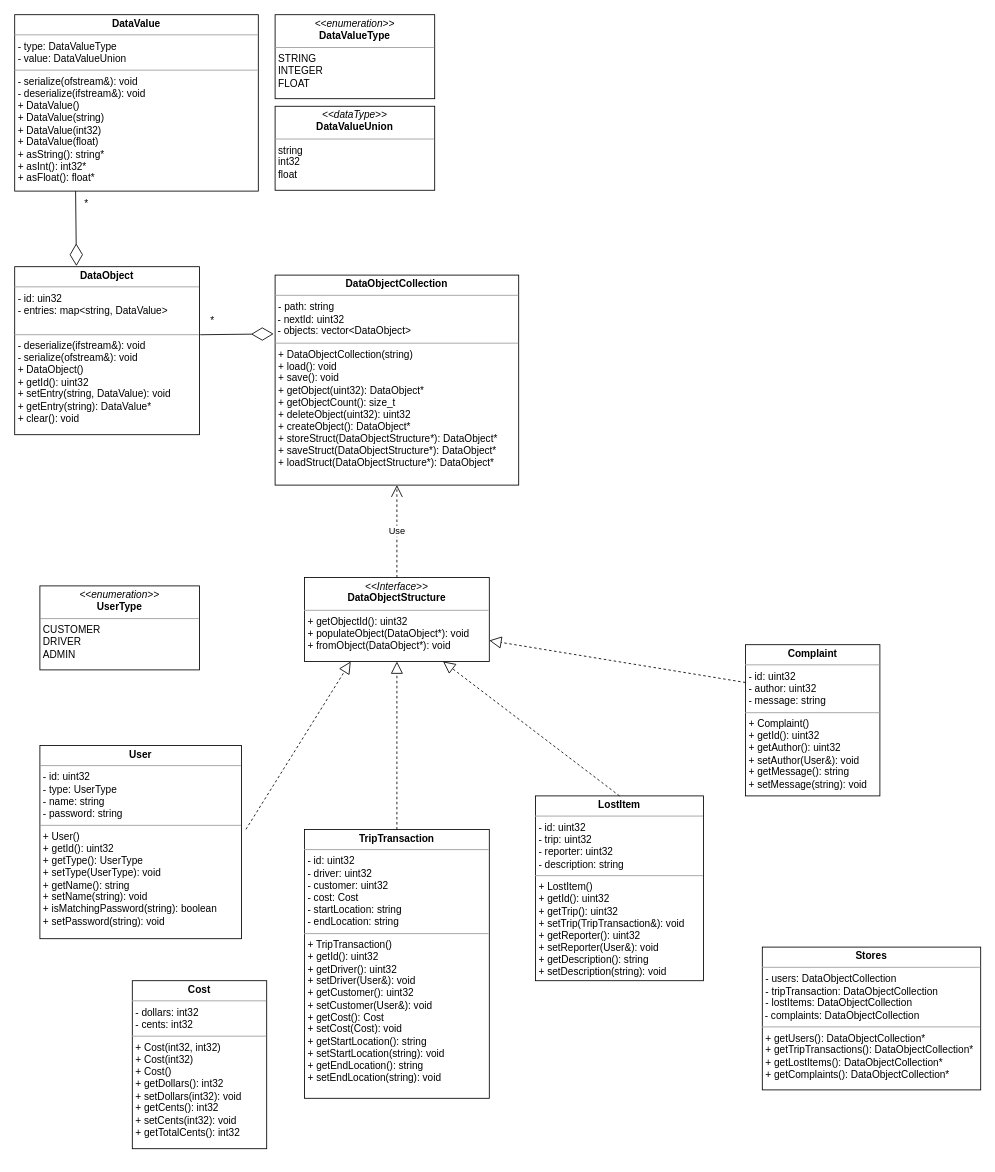
This is diagrams/UML.drawio from ShoailRafiq/CS103A2, a draw.io file, before an edit. Source tidied: cells renumbered, new cells numbered last; positions are measured from the earlier drawing's top-left corner, leaving out a move shared by most shapes. Both pictures are drawn from the tidied source at 84%, with x=0, y=0 at pixel (14, 14).
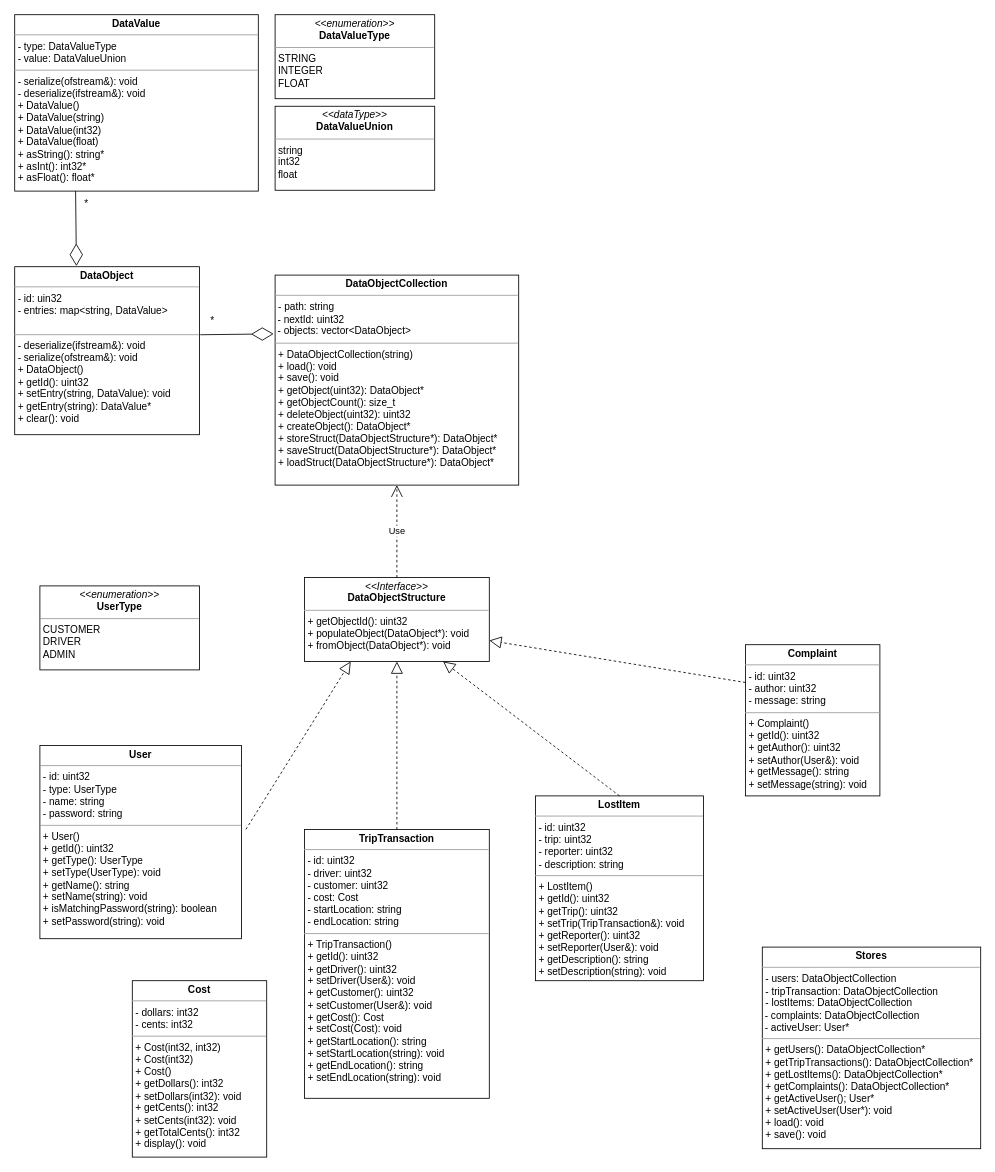
The same page after the edit.

What changed in the source:
```diff
@@
-    <mxCell id="22" value="&lt;p style=&quot;margin:0px;margin-top:4px;text-align:center;&quot;&gt;&lt;b&gt;Cost&lt;/b&gt;&lt;/p&gt;&lt;hr size=&quot;1&quot;&gt;&lt;p style=&quot;margin:0px;margin-left:4px;&quot;&gt;- dollars: int32&lt;/p&gt;&lt;p style=&quot;margin:0px;margin-left:4px;&quot;&gt;- cents: int32&lt;/p&gt;&lt;hr size=&quot;1&quot;&gt;&lt;p style=&quot;margin:0px;margin-left:4px;&quot;&gt;+ Cost(int32, int32)&lt;/p&gt;&lt;p style=&quot;margin:0px;margin-left:4px;&quot;&gt;+ Cost(int32)&lt;/p&gt;&lt;p style=&quot;margin:0px;margin-left:4px;&quot;&gt;+ Cost()&lt;/p&gt;&lt;p style=&quot;margin:0px;margin-left:4px;&quot;&gt;+ getDollars(): int32&lt;/p&gt;&lt;p style=&quot;margin:0px;margin-left:4px;&quot;&gt;+ setDollars(int32): void&lt;/p&gt;&lt;p style=&quot;margin:0px;margin-left:4px;&quot;&gt;+ getCents(): int32&lt;/p&gt;&lt;p style=&quot;margin:0px;margin-left:4px;&quot;&gt;+ setCents(int32): void&lt;/p&gt;&lt;p style=&quot;margin:0px;margin-left:4px;&quot;&gt;+ getTotalCents(): int32&lt;/p&gt;&lt;p style=&quot;margin:0px;margin-left:4px;&quot;&gt;&lt;br&gt;&lt;/p&gt;&lt;p style=&quot;margin:0px;margin-left:4px;&quot;&gt;&lt;br&gt;&lt;/p&gt;" style="verticalAlign=top;align=left;overflow=fill;fontSize=12;fontFamily=Helvetica;html=1;whiteSpace=wrap;" parent="1" vertex="1">
-      <mxGeometry x="140" y="1150" width="160" height="200" as="geometry" />
+    <mxCell id="22" value="&lt;p style=&quot;margin:0px;margin-top:4px;text-align:center;&quot;&gt;&lt;b&gt;Cost&lt;/b&gt;&lt;/p&gt;&lt;hr size=&quot;1&quot;&gt;&lt;p style=&quot;margin:0px;margin-left:4px;&quot;&gt;- dollars: int32&lt;/p&gt;&lt;p style=&quot;margin:0px;margin-left:4px;&quot;&gt;- cents: int32&lt;/p&gt;&lt;hr size=&quot;1&quot;&gt;&lt;p style=&quot;margin:0px;margin-left:4px;&quot;&gt;+ Cost(int32, int32)&lt;/p&gt;&lt;p style=&quot;margin:0px;margin-left:4px;&quot;&gt;+ Cost(int32)&lt;/p&gt;&lt;p style=&quot;margin:0px;margin-left:4px;&quot;&gt;+ Cost()&lt;/p&gt;&lt;p style=&quot;margin:0px;margin-left:4px;&quot;&gt;+ getDollars(): int32&lt;/p&gt;&lt;p style=&quot;margin:0px;margin-left:4px;&quot;&gt;+ setDollars(int32): void&lt;/p&gt;&lt;p style=&quot;margin:0px;margin-left:4px;&quot;&gt;+ getCents(): int32&lt;/p&gt;&lt;p style=&quot;margin:0px;margin-left:4px;&quot;&gt;+ setCents(int32): void&lt;/p&gt;&lt;p style=&quot;margin:0px;margin-left:4px;&quot;&gt;+ getTotalCents(): int32&lt;/p&gt;&lt;p style=&quot;margin:0px;margin-left:4px;&quot;&gt;+ display(): void&lt;/p&gt;&lt;p style=&quot;margin:0px;margin-left:4px;&quot;&gt;&lt;br&gt;&lt;/p&gt;&lt;p style=&quot;margin:0px;margin-left:4px;&quot;&gt;&lt;br&gt;&lt;/p&gt;" style="verticalAlign=top;align=left;overflow=fill;fontSize=12;fontFamily=Helvetica;html=1;whiteSpace=wrap;" parent="1" vertex="1">
+      <mxGeometry x="140" y="1150" width="160" height="210" as="geometry" />
     </mxCell>
-    <mxCell id="23" value="&lt;p style=&quot;margin:0px;margin-top:4px;text-align:center;&quot;&gt;&lt;b&gt;Stores&lt;/b&gt;&lt;/p&gt;&lt;hr size=&quot;1&quot;&gt;&lt;p style=&quot;margin:0px;margin-left:4px;&quot;&gt;- users: DataObjectCollection&lt;/p&gt;&lt;p style=&quot;margin:0px;margin-left:4px;&quot;&gt;- tripTransaction: DataObjectCollection&lt;/p&gt;&lt;p style=&quot;margin:0px;margin-left:4px;&quot;&gt;- lostItems: DataObjectCollection&lt;/p&gt;&amp;nbsp;- complaints: DataObjectCollection&lt;br&gt;&lt;hr size=&quot;1&quot;&gt;&lt;p style=&quot;margin:0px;margin-left:4px;&quot;&gt;+ getUsers(): DataObjectCollection*&lt;/p&gt;&lt;p style=&quot;margin:0px;margin-left:4px;&quot;&gt;+ getTripTransactions(): DataObjectCollection*&lt;/p&gt;&lt;p style=&quot;margin:0px;margin-left:4px;&quot;&gt;+ getLostItems(): DataObjectCollection*&lt;/p&gt;&lt;p style=&quot;margin:0px;margin-left:4px;&quot;&gt;+ getComplaints(): DataObjectCollection*&lt;/p&gt;" style="verticalAlign=top;align=left;overflow=fill;fontSize=12;fontFamily=Helvetica;html=1;whiteSpace=wrap;" parent="1" vertex="1">
-      <mxGeometry x="890" y="1110" width="260" height="170" as="geometry" />
+    <mxCell id="23" value="&lt;p style=&quot;margin:0px;margin-top:4px;text-align:center;&quot;&gt;&lt;b&gt;Stores&lt;/b&gt;&lt;/p&gt;&lt;hr size=&quot;1&quot;&gt;&lt;p style=&quot;margin:0px;margin-left:4px;&quot;&gt;- users: DataObjectCollection&lt;/p&gt;&lt;p style=&quot;margin:0px;margin-left:4px;&quot;&gt;- tripTransaction: DataObjectCollection&lt;/p&gt;&lt;p style=&quot;margin:0px;margin-left:4px;&quot;&gt;- lostItems: DataObjectCollection&lt;/p&gt;&amp;nbsp;- complaints: DataObjectCollection&lt;br&gt;&amp;nbsp;- activeUser: User*&lt;br&gt;&lt;hr size=&quot;1&quot;&gt;&lt;p style=&quot;margin:0px;margin-left:4px;&quot;&gt;+ getUsers(): DataObjectCollection*&lt;/p&gt;&lt;p style=&quot;margin:0px;margin-left:4px;&quot;&gt;+ getTripTransactions(): DataObjectCollection*&lt;/p&gt;&lt;p style=&quot;margin:0px;margin-left:4px;&quot;&gt;+ getLostItems(): DataObjectCollection*&lt;/p&gt;&lt;p style=&quot;margin:0px;margin-left:4px;&quot;&gt;+ getComplaints(): DataObjectCollection*&lt;/p&gt;&lt;p style=&quot;margin:0px;margin-left:4px;&quot;&gt;+ getActiveUser(); User*&lt;/p&gt;&lt;p style=&quot;margin:0px;margin-left:4px;&quot;&gt;+ setActiveUser(User*): void&lt;/p&gt;&lt;p style=&quot;margin:0px;margin-left:4px;&quot;&gt;+ load(): void&lt;/p&gt;&lt;p style=&quot;margin:0px;margin-left:4px;&quot;&gt;+ save(): void&lt;/p&gt;" style="verticalAlign=top;align=left;overflow=fill;fontSize=12;fontFamily=Helvetica;html=1;whiteSpace=wrap;" parent="1" vertex="1">
+      <mxGeometry x="890" y="1110" width="260" height="240" as="geometry" />
     </mxCell>
```
